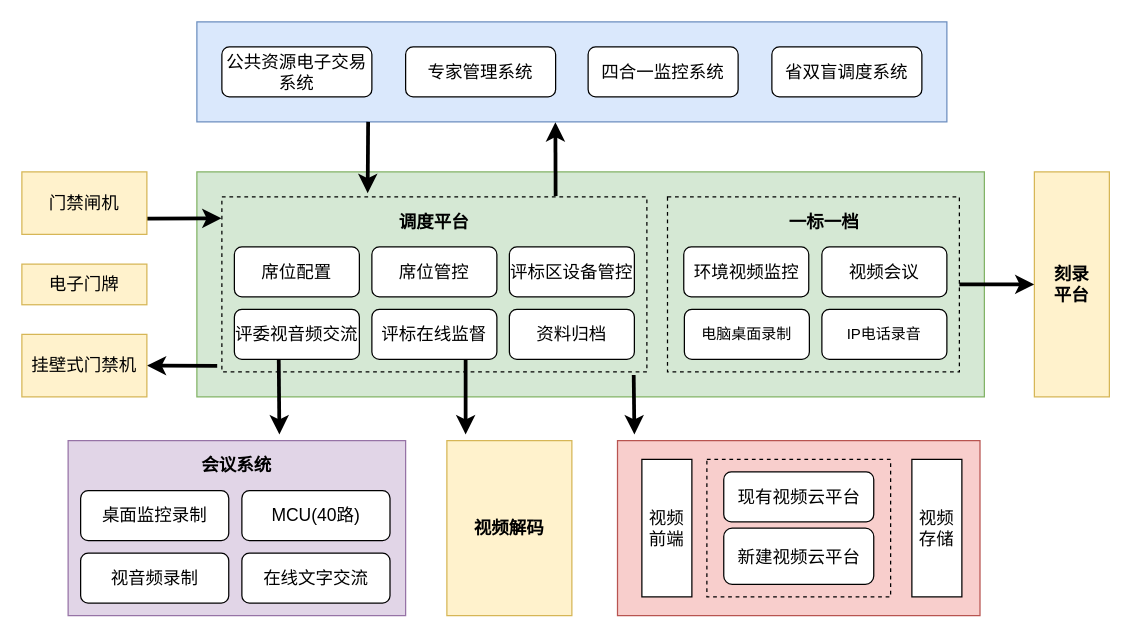
Above: 调度系统架构图.drawio in JaceLu/Docs (draw.io), before the change. Source tidied: cells renumbered, new cells numbered last; positions are measured from the earlier drawing's top-left corner, leaving out a move shared by most shapes. Both pictures are drawn from the tidied source at 125%, with x=0, y=0 at pixel (21, 21).
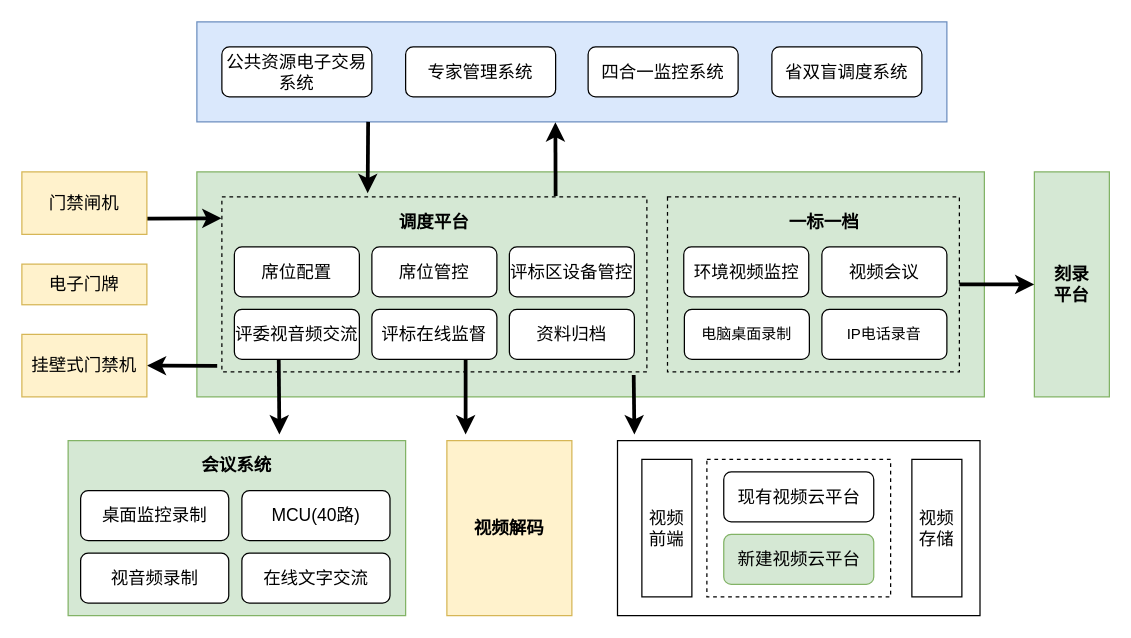
The same page after the edit.

Commit message:
更新调度系统架构图.drawio

Change to the diagram source:
```diff
@@
-    <mxCell id="2" style="rounded=0;whiteSpace=wrap;html=1;fillColor=#f8cecc;strokeColor=#b85450;" parent="1" vertex="1">
+    <mxCell id="2" style="rounded=0;whiteSpace=wrap;html=1;" parent="1" vertex="1">
       <mxGeometry x="476.5" y="335" width="290" height="140" as="geometry" />
     </mxCell>
@@
-    <mxCell id="4" style="rounded=0;whiteSpace=wrap;html=1;fillColor=#e1d5e7;strokeColor=#9673a6;" parent="1" vertex="1">
+    <mxCell id="4" style="rounded=0;whiteSpace=wrap;html=1;fillColor=#d5e8d4;strokeColor=#82b366;" parent="1" vertex="1">
       <mxGeometry x="37" y="335" width="270" height="140" as="geometry" />
     </mxCell>
@@
-    <mxCell id="28" value="&lt;span style=&quot;font-size: 14px;&quot;&gt;新建视频云平台&lt;/span&gt;" style="rounded=1;whiteSpace=wrap;html=1;fontFamily=Helvetica;" parent="1" vertex="1">
-      <mxGeometry x="561.5" y="405" width="120" height="45" as="geometry" />
+    <mxCell id="28" value="&lt;span style=&quot;font-size: 14px;&quot;&gt;新建视频云平台&lt;/span&gt;" style="rounded=1;whiteSpace=wrap;html=1;fontFamily=Helvetica;fillColor=#d5e8d4;strokeColor=#82b366;" parent="1" vertex="1">
+      <mxGeometry x="561.5" y="410" width="120" height="40" as="geometry" />
     </mxCell>
@@
-    <mxCell id="35" value="&lt;span style=&quot;font-size: 14px;&quot;&gt;刻录平台&lt;/span&gt;" style="rounded=0;whiteSpace=wrap;html=1;fillColor=#fff2cc;strokeColor=#d6b656;spacingLeft=10;spacingRight=10;fontSize=14;fontStyle=1;" parent="1" vertex="1">
+    <mxCell id="35" value="&lt;span style=&quot;font-size: 14px;&quot;&gt;刻录平台&lt;/span&gt;" style="rounded=0;whiteSpace=wrap;html=1;fillColor=#d5e8d4;strokeColor=#82b366;spacingLeft=10;spacingRight=10;fontSize=14;fontStyle=1;" parent="1" vertex="1">
       <mxGeometry x="810" y="120" width="60" height="180" as="geometry" />
     </mxCell>
```
